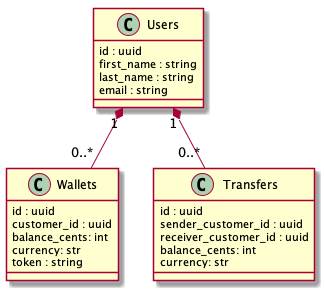
This is documents/database.png from emfigo/kophinos, a PlantUML export, as it was before one commit.
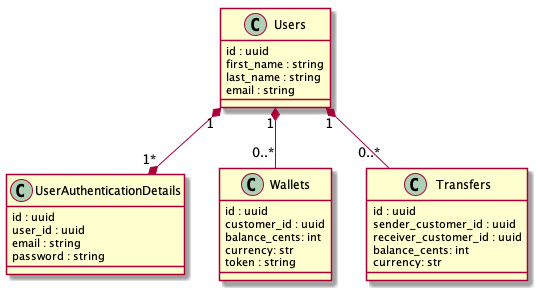
The same diagram one commit later.

Commit message:
👮‍♂️ Add user authentication detail model

What changed in the source:
```diff
@@ -4,6 +4,13 @@
   first_name : string
   last_name : string
   email : string
+}
+
+class UserAuthenticationDetails {
+  id : uuid
+  user_id : uuid
+  email : string
+  password : string
 }
 
 class Wallets {
@@ -22,6 +29,7 @@
   currency: str
 }
 
+Users "1" *--* "1*" UserAuthenticationDetails
 Users "1" *-- "0..*" Wallets
 Users "1" *-- "0..*" Transfers
 
```
